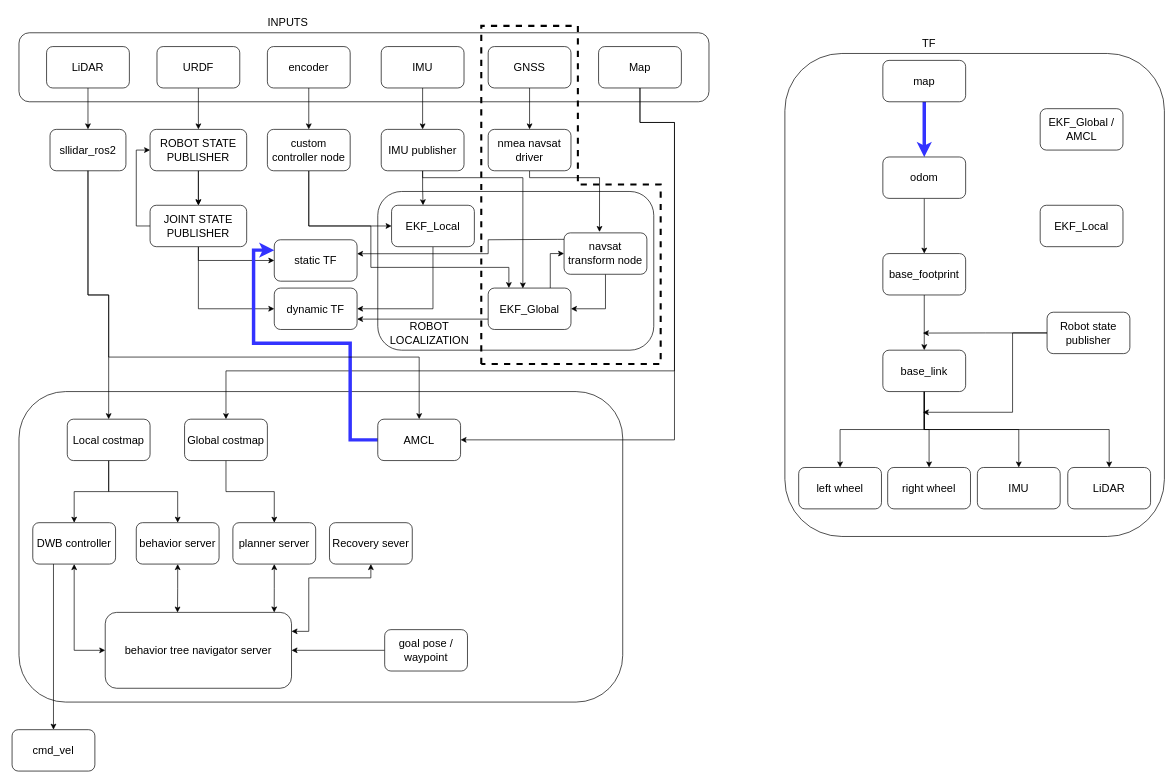
The draw.io diagram nav_ppt.drawio in adands/eddiebot_ros2-backup, before the edit. Source tidied: cells renumbered, new cells numbered last; positions are measured from the earlier drawing's top-left corner, leaving out a move shared by most shapes. Both pictures are drawn from the tidied source at 69%, with x=0, y=0 at pixel (12, 12).
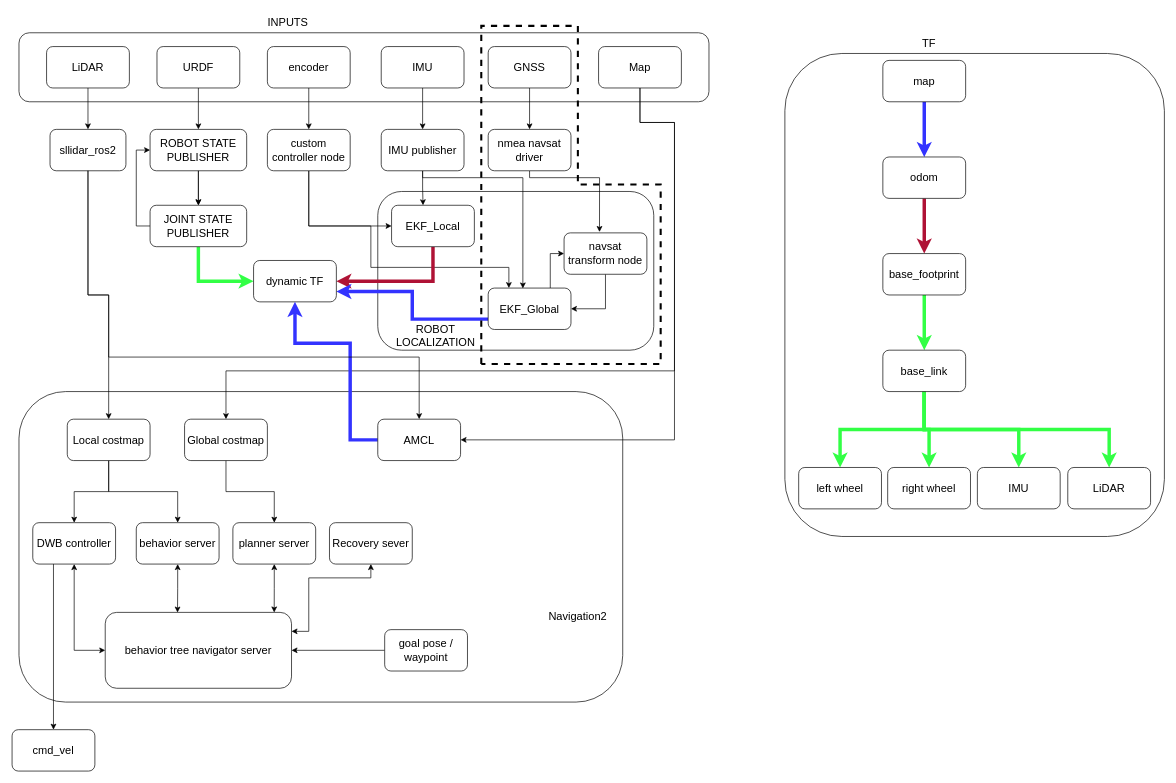
The same diagram, later.

Unchanged cells that the change refers to:
```xml
<mxCell id="16" value="EKF_Local" style="rounded=1;whiteSpace=wrap;html=1;fontSize=16;" parent="1" vertex="1">
  <mxGeometry x="550" y="280" width="120" height="60" as="geometry" />
</mxCell>
<mxCell id="30" value="JOINT STATE PUBLISHER" style="whiteSpace=wrap;html=1;rounded=1;fontSize=16;" parent="1" vertex="1">
  <mxGeometry x="200" y="280" width="140" height="60" as="geometry" />
</mxCell>
<mxCell id="37" value="navsat transform node" style="rounded=1;whiteSpace=wrap;html=1;fontSize=16;" parent="1" vertex="1">
  <mxGeometry x="800" y="320" width="120" height="60" as="geometry" />
</mxCell>
<mxCell id="40" value="EKF_Global" style="rounded=1;whiteSpace=wrap;html=1;fontSize=16;" parent="1" vertex="1">
  <mxGeometry x="690" y="400" width="120" height="60" as="geometry" />
</mxCell>
<mxCell id="47" value="odom" style="whiteSpace=wrap;html=1;rounded=1;fontSize=16;" parent="1" vertex="1">
  <mxGeometry x="1262" y="210" width="120" height="60" as="geometry" />
</mxCell>
<mxCell id="49" value="base_footprint" style="whiteSpace=wrap;html=1;rounded=1;fontSize=16;" parent="1" vertex="1">
  <mxGeometry x="1262" y="350" width="120" height="60" as="geometry" />
</mxCell>
<mxCell id="54" value="base_link" style="whiteSpace=wrap;html=1;rounded=1;fontSize=16;" parent="1" vertex="1">
  <mxGeometry x="1262" y="490" width="120" height="60" as="geometry" />
</mxCell>
<mxCell id="55" value="left wheel" style="whiteSpace=wrap;html=1;rounded=1;fontSize=16;" parent="1" vertex="1">
  <mxGeometry x="1140" y="660" width="120" height="60" as="geometry" />
</mxCell>
<mxCell id="56" value="IMU" style="whiteSpace=wrap;html=1;rounded=1;fontSize=16;" parent="1" vertex="1">
  <mxGeometry x="1399" y="660" width="120" height="60" as="geometry" />
</mxCell>
<mxCell id="57" value="right wheel" style="whiteSpace=wrap;html=1;rounded=1;fontSize=16;" parent="1" vertex="1">
  <mxGeometry x="1269" y="660" width="120" height="60" as="geometry" />
</mxCell>
<mxCell id="58" value="LiDAR" style="whiteSpace=wrap;html=1;rounded=1;fontSize=16;" parent="1" vertex="1">
  <mxGeometry x="1530" y="660" width="120" height="60" as="geometry" />
</mxCell>
<mxCell id="84" value="AMCL" style="rounded=1;whiteSpace=wrap;html=1;fontSize=16;" parent="1" vertex="1">
  <mxGeometry x="530" y="590" width="120" height="60" as="geometry" />
</mxCell>
```

The edit, as a diff of the source:
```diff
@@
-    <mxCell id="15" style="edgeStyle=orthogonalEdgeStyle;rounded=0;jettySize=auto;html=1;exitX=0.5;exitY=1;exitDx=0;exitDy=0;entryX=1;entryY=0.5;entryDx=0;entryDy=0;fontSize=16;" parent="1" edge="1" source="16" target="59">
+    <mxCell id="15" style="edgeStyle=orthogonalEdgeStyle;rounded=0;jettySize=auto;html=1;exitX=0.5;exitY=1;exitDx=0;exitDy=0;entryX=1;entryY=0.5;entryDx=0;entryDy=0;fontSize=16;strokeColor=#AF1235;strokeWidth=5;" parent="1" edge="1" source="16" target="59">
       <mxGeometry relative="1" as="geometry" />
     </mxCell>
@@
     <mxCell id="18" value="ROBOT LOCALIZATION" style="text;html=1;align=center;verticalAlign=middle;whiteSpace=wrap;rounded=0;fontSize=16;" parent="1" vertex="1">
-      <mxGeometry x="520" y="450" width="170" height="30" as="geometry" />
+      <mxGeometry x="529" y="454" width="170" height="30" as="geometry" />
     </mxCell>
@@
-    <mxCell id="28" style="edgeStyle=orthogonalEdgeStyle;rounded=0;jettySize=auto;html=1;exitX=0.5;exitY=1;exitDx=0;exitDy=0;entryX=0;entryY=0.5;entryDx=0;entryDy=0;fontSize=16;" parent="1" edge="1" source="30" target="60">
-      <mxGeometry relative="1" as="geometry" />
-    </mxCell>
-    <mxCell id="29" style="edgeStyle=orthogonalEdgeStyle;rounded=0;jettySize=auto;html=1;exitX=0.5;exitY=1;exitDx=0;exitDy=0;entryX=0;entryY=0.5;entryDx=0;entryDy=0;fontSize=16;" parent="1" edge="1" source="30" target="59">
+    <mxCell id="29" style="edgeStyle=orthogonalEdgeStyle;rounded=0;jettySize=auto;html=1;exitX=0.5;exitY=1;exitDx=0;exitDy=0;entryX=0;entryY=0.5;entryDx=0;entryDy=0;fontSize=16;strokeColor=#32FF45;strokeWidth=5;" parent="1" edge="1" source="30" target="59">
       <mxGeometry relative="1" as="geometry" />
     </mxCell>
@@
-    <mxCell id="36" style="edgeStyle=orthogonalEdgeStyle;rounded=0;jettySize=auto;html=1;exitX=0.019;exitY=0.156;exitDx=0;exitDy=0;entryX=1;entryY=0.337;entryDx=0;entryDy=0;entryPerimeter=0;exitPerimeter=0;fontSize=16;" parent="1" edge="1" source="37" target="60">
-      <mxGeometry relative="1" as="geometry">
-        <Array as="points">
-          <mxPoint x="791" y="329" />
-          <mxPoint x="690" y="330" />
-          <mxPoint x="690" y="350" />
-        </Array>
-      </mxGeometry>
-    </mxCell>
@@
-    <mxCell id="39" style="edgeStyle=orthogonalEdgeStyle;rounded=0;jettySize=auto;html=1;exitX=0;exitY=0.75;exitDx=0;exitDy=0;entryX=1;entryY=0.75;entryDx=0;entryDy=0;" parent="1" edge="1" source="40" target="59">
+    <mxCell id="39" style="edgeStyle=orthogonalEdgeStyle;rounded=0;jettySize=auto;html=1;exitX=0;exitY=0.75;exitDx=0;exitDy=0;entryX=1;entryY=0.75;entryDx=0;entryDy=0;strokeColor=light-dark(#3333ff, #ededed);strokeWidth=5;" parent="1" edge="1" source="40" target="59">
       <mxGeometry relative="1" as="geometry" />
     </mxCell>
@@
-    <mxCell id="46" style="edgeStyle=orthogonalEdgeStyle;rounded=0;jettySize=auto;html=1;fontSize=16;" parent="1" edge="1" source="47" target="49">
+    <mxCell id="46" style="edgeStyle=orthogonalEdgeStyle;rounded=0;jettySize=auto;html=1;fontSize=16;strokeColor=#AF1235;strokeWidth=5;" parent="1" edge="1" source="47" target="49">
       <mxGeometry relative="1" as="geometry" />
     </mxCell>
@@
-    <mxCell id="48" style="edgeStyle=orthogonalEdgeStyle;rounded=0;jettySize=auto;html=1;fontSize=16;" parent="1" edge="1" source="49" target="54">
+    <mxCell id="48" style="edgeStyle=orthogonalEdgeStyle;rounded=0;jettySize=auto;html=1;fontSize=16;strokeColor=#32FF45;strokeWidth=5;" parent="1" edge="1" source="49" target="54">
       <mxGeometry relative="1" as="geometry" />
     </mxCell>
@@
-    <mxCell id="50" style="edgeStyle=orthogonalEdgeStyle;rounded=0;jettySize=auto;html=1;exitX=0.5;exitY=1;exitDx=0;exitDy=0;entryX=0.5;entryY=0;entryDx=0;entryDy=0;fontSize=16;" parent="1" edge="1" source="54" target="57">
+    <mxCell id="50" style="edgeStyle=orthogonalEdgeStyle;rounded=0;jettySize=auto;html=1;exitX=0.5;exitY=1;exitDx=0;exitDy=0;entryX=0.5;entryY=0;entryDx=0;entryDy=0;fontSize=16;strokeColor=#32FF45;strokeWidth=5;" parent="1" edge="1" source="54" target="57">
       <mxGeometry relative="1" as="geometry" />
     </mxCell>
-    <mxCell id="51" style="edgeStyle=orthogonalEdgeStyle;rounded=0;jettySize=auto;html=1;exitX=0.5;exitY=1;exitDx=0;exitDy=0;entryX=0.5;entryY=0;entryDx=0;entryDy=0;fontSize=16;" parent="1" edge="1" source="54" target="55">
+    <mxCell id="51" style="edgeStyle=orthogonalEdgeStyle;rounded=0;jettySize=auto;html=1;exitX=0.5;exitY=1;exitDx=0;exitDy=0;entryX=0.5;entryY=0;entryDx=0;entryDy=0;fontSize=16;strokeColor=#32FF45;strokeWidth=5;" parent="1" edge="1" source="54" target="55">
       <mxGeometry relative="1" as="geometry" />
     </mxCell>
-    <mxCell id="52" style="edgeStyle=orthogonalEdgeStyle;rounded=0;jettySize=auto;html=1;exitX=0.5;exitY=1;exitDx=0;exitDy=0;entryX=0.5;entryY=0;entryDx=0;entryDy=0;fontSize=16;" parent="1" edge="1" source="54" target="56">
+    <mxCell id="52" style="edgeStyle=orthogonalEdgeStyle;rounded=0;jettySize=auto;html=1;exitX=0.5;exitY=1;exitDx=0;exitDy=0;entryX=0.5;entryY=0;entryDx=0;entryDy=0;fontSize=16;strokeColor=#32FF45;strokeWidth=5;" parent="1" edge="1" source="54" target="56">
       <mxGeometry relative="1" as="geometry" />
     </mxCell>
-    <mxCell id="53" style="edgeStyle=orthogonalEdgeStyle;rounded=0;jettySize=auto;html=1;exitX=0.5;exitY=1;exitDx=0;exitDy=0;entryX=0.5;entryY=0;entryDx=0;entryDy=0;fontSize=16;" parent="1" edge="1" source="54" target="58">
+    <mxCell id="53" style="edgeStyle=orthogonalEdgeStyle;rounded=0;jettySize=auto;html=1;exitX=0.5;exitY=1;exitDx=0;exitDy=0;entryX=0.5;entryY=0;entryDx=0;entryDy=0;fontSize=16;strokeColor=#32FF45;strokeWidth=5;" parent="1" edge="1" source="54" target="58">
       <mxGeometry relative="1" as="geometry" />
     </mxCell>
@@
     <mxCell id="59" value="dynamic TF" style="rounded=1;whiteSpace=wrap;html=1;fontSize=16;" parent="1" vertex="1">
-      <mxGeometry x="380" y="400" width="120" height="60" as="geometry" />
+      <mxGeometry x="350" y="360" width="120" height="60" as="geometry" />
     </mxCell>
-    <mxCell id="60" value="static TF" style="rounded=1;whiteSpace=wrap;html=1;fontSize=16;" parent="1" vertex="1">
-      <mxGeometry x="380" y="330" width="120" height="60" as="geometry" />
-    </mxCell>
@@
-    <mxCell id="83" style="edgeStyle=orthogonalEdgeStyle;rounded=0;jettySize=auto;html=1;exitX=0;exitY=0.5;exitDx=0;exitDy=0;entryX=0;entryY=0.25;entryDx=0;entryDy=0;strokeColor=light-dark(#3333ff, #ededed);strokeWidth=5;" parent="1" edge="1" source="84" target="60">
+    <mxCell id="83" style="edgeStyle=orthogonalEdgeStyle;rounded=0;jettySize=auto;html=1;exitX=0;exitY=0.5;exitDx=0;exitDy=0;entryX=0.5;entryY=1;entryDx=0;entryDy=0;strokeColor=light-dark(#3333ff, #ededed);strokeWidth=5;" parent="1" edge="1" source="84" target="59">
       <mxGeometry relative="1" as="geometry">
         <Array as="points">
           <mxPoint x="490" y="620" />
           <mxPoint x="490" y="480" />
-          <mxPoint x="350" y="480" />
-          <mxPoint x="350" y="345" />
+          <mxPoint x="410" y="480" />
         </Array>
       </mxGeometry>
     </mxCell>
@@
-    <mxCell id="87" value="EKF_Global /&lt;div&gt;AMCL&lt;/div&gt;" style="rounded=1;whiteSpace=wrap;html=1;fontSize=16;" parent="1" vertex="1">
-      <mxGeometry x="1490" y="140" width="120" height="60" as="geometry" />
-    </mxCell>
-    <mxCell id="88" value="EKF_Local" style="rounded=1;whiteSpace=wrap;html=1;fontSize=16;" parent="1" vertex="1">
-      <mxGeometry x="1490" y="280" width="120" height="60" as="geometry" />
-    </mxCell>
-    <mxCell id="89" style="edgeStyle=orthogonalEdgeStyle;rounded=0;jettySize=auto;html=1;exitX=0;exitY=0.5;exitDx=0;exitDy=0;" parent="1" edge="1" source="91">
-      <mxGeometry relative="1" as="geometry">
-        <mxPoint x="1320" y="465.2" as="targetPoint" />
-      </mxGeometry>
-    </mxCell>
-    <mxCell id="90" style="edgeStyle=orthogonalEdgeStyle;rounded=0;jettySize=auto;html=1;exitX=0;exitY=0.5;exitDx=0;exitDy=0;" parent="1" edge="1" source="91">
-      <mxGeometry relative="1" as="geometry">
-        <mxPoint x="1320" y="580" as="targetPoint" />
-        <Array as="points">
-          <mxPoint x="1450" y="465" />
-          <mxPoint x="1450" y="580" />
-        </Array>
-      </mxGeometry>
-    </mxCell>
-    <mxCell id="91" value="Robot state publisher" style="rounded=1;whiteSpace=wrap;html=1;fontSize=16;" parent="1" vertex="1">
-      <mxGeometry x="1500" y="435" width="120" height="60" as="geometry" />
-    </mxCell>
+    <mxCell id="92" value="&lt;font style=&quot;font-size: 16px;&quot;&gt;Navigation2&lt;/font&gt;" style="text;html=1;align=center;verticalAlign=middle;whiteSpace=wrap;rounded=0;" parent="1" vertex="1">
+      <mxGeometry x="790" y="860" width="60" height="30" as="geometry" />
+    </mxCell>
```
